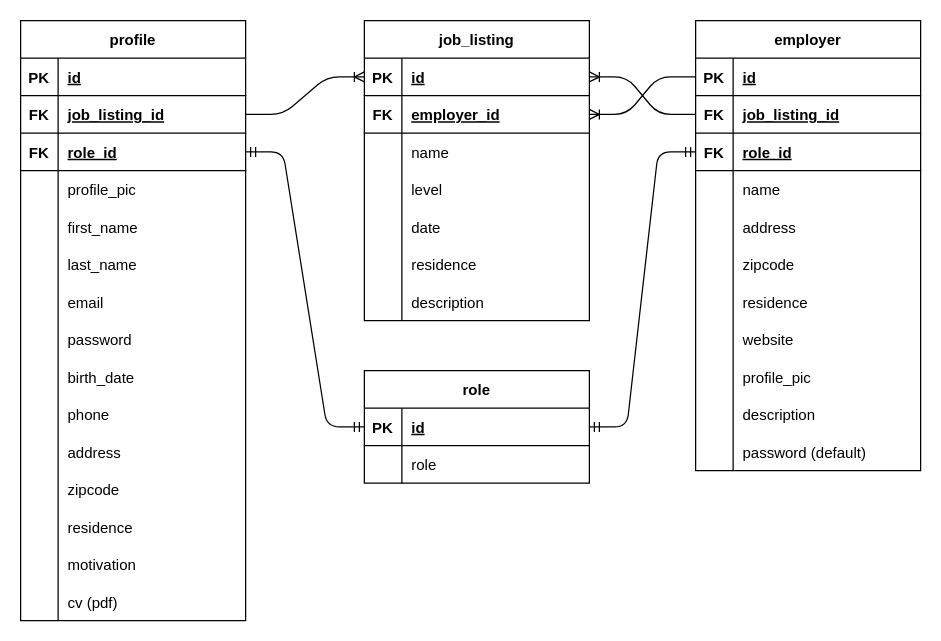
Before: assets/data/ERD.drawio in vincentlemstra/VacIT, a draw.io diagram. Source tidied: cells renumbered, new cells numbered last; positions are measured from the earlier drawing's top-left corner, leaving out a move shared by most shapes. Both pictures are drawn from the tidied source at 125%, with x=0, y=0 at pixel (20, 20).
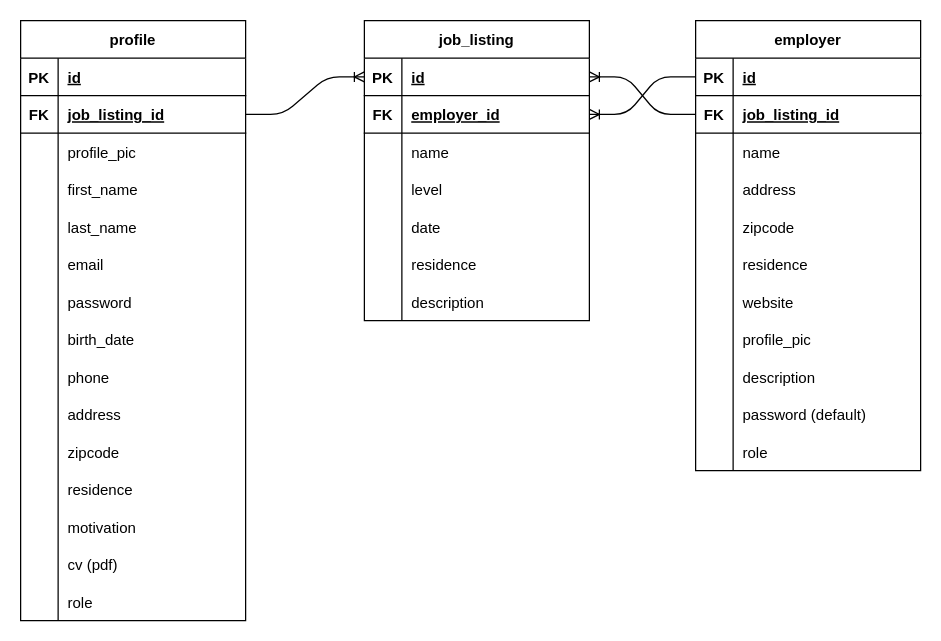
Above is the later version.

The change refers to these unchanged cells:
```xml
<mxCell id="2" value="profile" style="shape=table;startSize=30;childLayout=tableLayout;rowLines=0;fontStyle=1;align=center;" parent="1" vertex="1">
  <mxGeometry width="180" height="480" as="geometry" />
</mxCell>
<mxCell id="48" value="employer" style="shape=table;startSize=30;childLayout=tableLayout;rowLines=0;fontStyle=1;align=center;" parent="1" vertex="1">
  <mxGeometry x="540" width="180" height="360" as="geometry" />
</mxCell>
```

What changed in the source:
```diff
@@
-    <mxCell id="9" style="shape=tableRow;horizontal=0;startSize=0;swimlaneHead=0;swimlaneBody=0;fillColor=none;points=[[0,0.5],[1,0.5]];portConstraint=eastwest;top=0;left=0;right=0;bottom=1;" parent="2" vertex="1">
-      <mxGeometry y="90" width="180" height="30" as="geometry" />
-    </mxCell>
-    <mxCell id="10" value="FK" style="shape=partialRectangle;fillColor=none;top=0;left=0;bottom=0;right=0;fontStyle=1;overflow=hidden;" parent="9" vertex="1">
-      <mxGeometry width="30" height="30" as="geometry" />
-    </mxCell>
-    <mxCell id="11" value="role_id" style="shape=partialRectangle;fillColor=none;top=0;left=0;bottom=0;right=0;align=left;spacingLeft=6;fontStyle=5;overflow=hidden;" parent="9" vertex="1">
-      <mxGeometry x="30" width="150" height="30" as="geometry" />
-    </mxCell>
     <mxCell id="12" style="shape=tableRow;horizontal=0;startSize=0;swimlaneHead=0;swimlaneBody=0;fillColor=none;top=0;left=0;right=0;bottom=0;" parent="2" vertex="1">
-      <mxGeometry y="120" width="180" height="30" as="geometry" />
+      <mxGeometry y="90" width="180" height="30" as="geometry" />
     </mxCell>
@@
     <mxCell id="15" style="shape=tableRow;horizontal=0;startSize=0;swimlaneHead=0;swimlaneBody=0;fillColor=none;top=0;left=0;right=0;bottom=0;" parent="2" vertex="1">
-      <mxGeometry y="150" width="180" height="30" as="geometry" />
+      <mxGeometry y="120" width="180" height="30" as="geometry" />
     </mxCell>
@@
     <mxCell id="18" style="shape=tableRow;horizontal=0;startSize=0;swimlaneHead=0;swimlaneBody=0;fillColor=none;top=0;left=0;right=0;bottom=0;" parent="2" vertex="1">
-      <mxGeometry y="180" width="180" height="30" as="geometry" />
+      <mxGeometry y="150" width="180" height="30" as="geometry" />
     </mxCell>
@@
     <mxCell id="21" style="shape=tableRow;horizontal=0;startSize=0;swimlaneHead=0;swimlaneBody=0;fillColor=none;top=0;left=0;right=0;bottom=0;" parent="2" vertex="1">
-      <mxGeometry y="210" width="180" height="30" as="geometry" />
+      <mxGeometry y="180" width="180" height="30" as="geometry" />
     </mxCell>
@@
     <mxCell id="24" style="shape=tableRow;horizontal=0;startSize=0;swimlaneHead=0;swimlaneBody=0;fillColor=none;top=0;left=0;right=0;bottom=0;" parent="2" vertex="1">
-      <mxGeometry y="240" width="180" height="30" as="geometry" />
+      <mxGeometry y="210" width="180" height="30" as="geometry" />
     </mxCell>
@@
     <mxCell id="27" style="shape=tableRow;horizontal=0;startSize=0;swimlaneHead=0;swimlaneBody=0;fillColor=none;top=0;left=0;right=0;bottom=0;" parent="2" vertex="1">
-      <mxGeometry y="270" width="180" height="30" as="geometry" />
+      <mxGeometry y="240" width="180" height="30" as="geometry" />
     </mxCell>
@@
     <mxCell id="30" style="shape=tableRow;horizontal=0;startSize=0;swimlaneHead=0;swimlaneBody=0;fillColor=none;top=0;left=0;right=0;bottom=0;" parent="2" vertex="1">
-      <mxGeometry y="300" width="180" height="30" as="geometry" />
+      <mxGeometry y="270" width="180" height="30" as="geometry" />
     </mxCell>
@@
     <mxCell id="33" style="shape=tableRow;horizontal=0;startSize=0;swimlaneHead=0;swimlaneBody=0;fillColor=none;top=0;left=0;right=0;bottom=0;" parent="2" vertex="1">
-      <mxGeometry y="330" width="180" height="30" as="geometry" />
+      <mxGeometry y="300" width="180" height="30" as="geometry" />
     </mxCell>
@@
     <mxCell id="36" style="shape=tableRow;horizontal=0;startSize=0;swimlaneHead=0;swimlaneBody=0;fillColor=none;top=0;left=0;right=0;bottom=0;" parent="2" vertex="1">
-      <mxGeometry y="360" width="180" height="30" as="geometry" />
+      <mxGeometry y="330" width="180" height="30" as="geometry" />
     </mxCell>
@@
     <mxCell id="39" style="shape=tableRow;horizontal=0;startSize=0;swimlaneHead=0;swimlaneBody=0;fillColor=none;top=0;left=0;right=0;bottom=0;" parent="2" vertex="1">
-      <mxGeometry y="390" width="180" height="30" as="geometry" />
+      <mxGeometry y="360" width="180" height="30" as="geometry" />
     </mxCell>
@@
     <mxCell id="42" style="shape=tableRow;horizontal=0;startSize=0;swimlaneHead=0;swimlaneBody=0;fillColor=none;top=0;left=0;right=0;bottom=0;" parent="2" vertex="1">
-      <mxGeometry y="420" width="180" height="30" as="geometry" />
+      <mxGeometry y="390" width="180" height="30" as="geometry" />
     </mxCell>
@@
     <mxCell id="45" style="shape=tableRow;horizontal=0;startSize=0;swimlaneHead=0;swimlaneBody=0;fillColor=none;top=0;left=0;right=0;bottom=0;" parent="2" vertex="1">
-      <mxGeometry y="450" width="180" height="30" as="geometry" />
+      <mxGeometry y="420" width="180" height="30" as="geometry" />
     </mxCell>
@@
+    <mxCell id="116" style="shape=tableRow;horizontal=0;startSize=0;swimlaneHead=0;swimlaneBody=0;fillColor=none;top=0;left=0;right=0;bottom=0;" parent="2" vertex="1">
+      <mxGeometry y="450" width="180" height="30" as="geometry" />
+    </mxCell>
+    <mxCell id="117" style="shape=partialRectangle;fillColor=none;top=0;left=0;bottom=0;right=0;overflow=hidden;" parent="116" vertex="1">
+      <mxGeometry width="30" height="30" as="geometry" />
+    </mxCell>
+    <mxCell id="118" value="role" style="shape=partialRectangle;fillColor=none;top=0;left=0;bottom=0;right=0;align=left;spacingLeft=6;overflow=hidden;" parent="116" vertex="1">
+      <mxGeometry x="30" width="150" height="30" as="geometry" />
+    </mxCell>
@@
-    <mxCell id="55" style="shape=tableRow;horizontal=0;startSize=0;swimlaneHead=0;swimlaneBody=0;fillColor=none;points=[[0,0.5],[1,0.5]];portConstraint=eastwest;top=0;left=0;right=0;bottom=1;" parent="48" vertex="1">
-      <mxGeometry y="90" width="180" height="30" as="geometry" />
-    </mxCell>
-    <mxCell id="56" value="FK" style="shape=partialRectangle;fillColor=none;top=0;left=0;bottom=0;right=0;fontStyle=1;overflow=hidden;" parent="55" vertex="1">
-      <mxGeometry width="30" height="30" as="geometry" />
-    </mxCell>
-    <mxCell id="57" value="role_id" style="shape=partialRectangle;fillColor=none;top=0;left=0;bottom=0;right=0;align=left;spacingLeft=6;fontStyle=5;overflow=hidden;" parent="55" vertex="1">
-      <mxGeometry x="30" width="150" height="30" as="geometry" />
-    </mxCell>
     <mxCell id="58" style="shape=tableRow;horizontal=0;startSize=0;swimlaneHead=0;swimlaneBody=0;fillColor=none;top=0;left=0;right=0;bottom=0;" parent="48" vertex="1">
-      <mxGeometry y="120" width="180" height="30" as="geometry" />
+      <mxGeometry y="90" width="180" height="30" as="geometry" />
     </mxCell>
@@
     <mxCell id="61" style="shape=tableRow;horizontal=0;startSize=0;swimlaneHead=0;swimlaneBody=0;fillColor=none;top=0;left=0;right=0;bottom=0;" parent="48" vertex="1">
-      <mxGeometry y="150" width="180" height="30" as="geometry" />
+      <mxGeometry y="120" width="180" height="30" as="geometry" />
     </mxCell>
@@
     <mxCell id="64" style="shape=tableRow;horizontal=0;startSize=0;swimlaneHead=0;swimlaneBody=0;fillColor=none;top=0;left=0;right=0;bottom=0;" parent="48" vertex="1">
-      <mxGeometry y="180" width="180" height="30" as="geometry" />
+      <mxGeometry y="150" width="180" height="30" as="geometry" />
     </mxCell>
@@
     <mxCell id="67" style="shape=tableRow;horizontal=0;startSize=0;swimlaneHead=0;swimlaneBody=0;fillColor=none;top=0;left=0;right=0;bottom=0;" parent="48" vertex="1">
-      <mxGeometry y="210" width="180" height="30" as="geometry" />
+      <mxGeometry y="180" width="180" height="30" as="geometry" />
     </mxCell>
@@
     <mxCell id="70" style="shape=tableRow;horizontal=0;startSize=0;swimlaneHead=0;swimlaneBody=0;fillColor=none;top=0;left=0;right=0;bottom=0;" parent="48" vertex="1">
-      <mxGeometry y="240" width="180" height="30" as="geometry" />
+      <mxGeometry y="210" width="180" height="30" as="geometry" />
     </mxCell>
@@
     <mxCell id="73" style="shape=tableRow;horizontal=0;startSize=0;swimlaneHead=0;swimlaneBody=0;fillColor=none;top=0;left=0;right=0;bottom=0;" parent="48" vertex="1">
-      <mxGeometry y="270" width="180" height="30" as="geometry" />
+      <mxGeometry y="240" width="180" height="30" as="geometry" />
     </mxCell>
@@
     <mxCell id="76" style="shape=tableRow;horizontal=0;startSize=0;swimlaneHead=0;swimlaneBody=0;fillColor=none;top=0;left=0;right=0;bottom=0;" parent="48" vertex="1">
-      <mxGeometry y="300" width="180" height="30" as="geometry" />
+      <mxGeometry y="270" width="180" height="30" as="geometry" />
     </mxCell>
@@
     <mxCell id="79" style="shape=tableRow;horizontal=0;startSize=0;swimlaneHead=0;swimlaneBody=0;fillColor=none;top=0;left=0;right=0;bottom=0;" parent="48" vertex="1">
-      <mxGeometry y="330" width="180" height="30" as="geometry" />
+      <mxGeometry y="300" width="180" height="30" as="geometry" />
     </mxCell>
@@
+    <mxCell id="119" style="shape=tableRow;horizontal=0;startSize=0;swimlaneHead=0;swimlaneBody=0;fillColor=none;top=0;left=0;right=0;bottom=0;" parent="48" vertex="1">
+      <mxGeometry y="330" width="180" height="30" as="geometry" />
+    </mxCell>
+    <mxCell id="120" style="shape=partialRectangle;fillColor=none;top=0;left=0;bottom=0;right=0;overflow=hidden;" parent="119" vertex="1">
+      <mxGeometry width="30" height="30" as="geometry" />
+    </mxCell>
+    <mxCell id="121" value="role" style="shape=partialRectangle;fillColor=none;top=0;left=0;bottom=0;right=0;align=left;spacingLeft=6;overflow=hidden;" parent="119" vertex="1">
+      <mxGeometry x="30" width="150" height="30" as="geometry" />
+    </mxCell>
@@
-    <mxCell id="107" value="role" style="shape=table;startSize=30;childLayout=tableLayout;rowLines=0;fontStyle=1;align=center;" parent="1" vertex="1">
-      <mxGeometry x="275" y="280" width="180" height="90" as="geometry" />
-    </mxCell>
-    <mxCell id="108" style="shape=tableRow;horizontal=0;startSize=0;swimlaneHead=0;swimlaneBody=0;fillColor=none;points=[[0,0.5],[1,0.5]];portConstraint=eastwest;top=0;left=0;right=0;bottom=1;" parent="107" vertex="1">
-      <mxGeometry y="30" width="180" height="30" as="geometry" />
-    </mxCell>
-    <mxCell id="109" value="PK" style="shape=partialRectangle;fillColor=none;top=0;left=0;bottom=0;right=0;fontStyle=1;overflow=hidden;" parent="108" vertex="1">
-      <mxGeometry width="30" height="30" as="geometry" />
-    </mxCell>
-    <mxCell id="110" value="id" style="shape=partialRectangle;fillColor=none;top=0;left=0;bottom=0;right=0;align=left;spacingLeft=6;fontStyle=5;overflow=hidden;" parent="108" vertex="1">
-      <mxGeometry x="30" width="150" height="30" as="geometry" />
-    </mxCell>
-    <mxCell id="111" style="shape=tableRow;horizontal=0;startSize=0;swimlaneHead=0;swimlaneBody=0;fillColor=none;top=0;left=0;right=0;bottom=0;" parent="107" vertex="1">
-      <mxGeometry y="60" width="180" height="30" as="geometry" />
-    </mxCell>
-    <mxCell id="112" style="shape=partialRectangle;fillColor=none;top=0;left=0;bottom=0;right=0;overflow=hidden;" parent="111" vertex="1">
-      <mxGeometry width="30" height="30" as="geometry" />
-    </mxCell>
-    <mxCell id="113" value="role" style="shape=partialRectangle;fillColor=none;top=0;left=0;bottom=0;right=0;align=left;spacingLeft=6;overflow=hidden;" parent="111" vertex="1">
-      <mxGeometry x="30" width="150" height="30" as="geometry" />
-    </mxCell>
-    <mxCell id="114" style="edgeStyle=entityRelationEdgeStyle;fontSize=12;html=1;endArrow=ERmandOne;startArrow=ERmandOne;exitX=1;exitY=0.5;exitDx=0;exitDy=0;entryX=0;entryY=0.5;entryDx=0;entryDy=0;" parent="1" edge="1" source="108" target="55">
-      <mxGeometry relative="1" as="geometry" />
-    </mxCell>
-    <mxCell id="115" style="edgeStyle=entityRelationEdgeStyle;fontSize=12;html=1;endArrow=ERmandOne;startArrow=ERmandOne;exitX=1;exitY=0.5;exitDx=0;exitDy=0;entryX=0;entryY=0.5;entryDx=0;entryDy=0;" parent="1" edge="1" source="9" target="108">
-      <mxGeometry relative="1" as="geometry" />
-    </mxCell>
```
